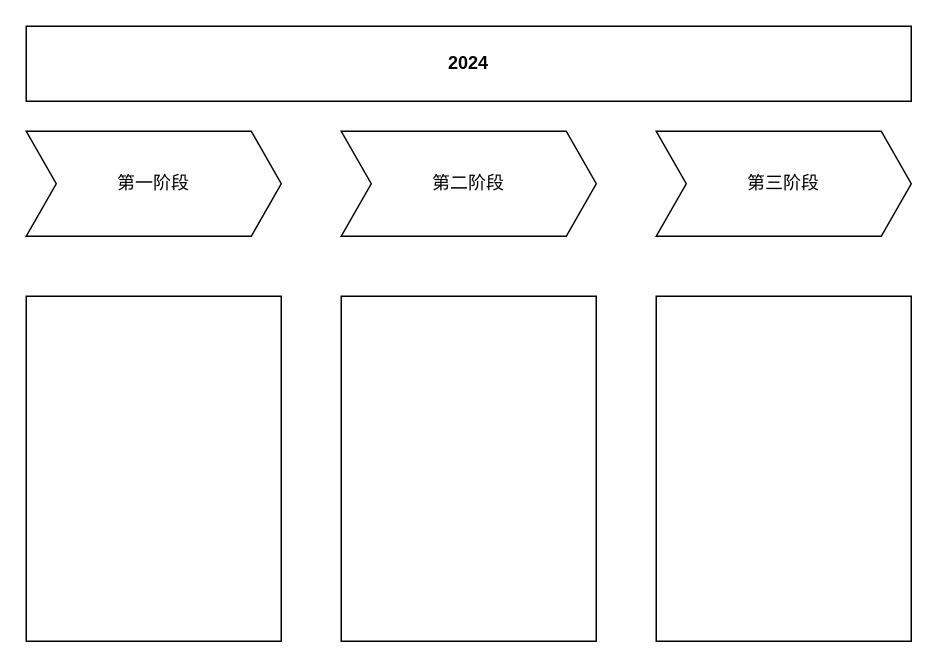
Earlier version of the draw.io diagram 资损防控阶段性计划.drawio (heyrry/hello). Source tidied: cells renumbered, new cells numbered last; positions are measured from the earlier drawing's top-left corner, leaving out a move shared by most shapes. Both pictures are drawn from the tidied source at 150%, with x=0, y=0 at pixel (26, 26).
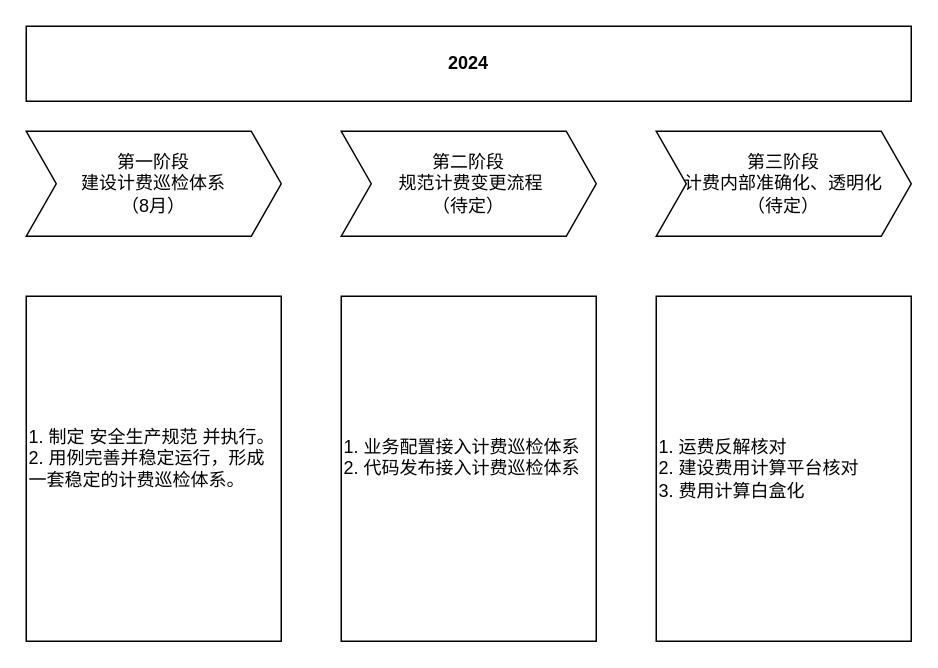
The same page after the edit.

Commit message:
更新资损防控阶段性计划.drawio

The edit, as a diff of the source:
```diff
@@
 <mxGraphModel>
   <root>
     <mxCell id="0" />
     <mxCell id="1" parent="0" />
-    <mxCell id="2" value="第一阶段" style="shape=step;perimeter=stepPerimeter;whiteSpace=wrap;html=1;fixedSize=1;fillColor=none;" parent="1" vertex="1">
+    <mxCell id="2" value="第一阶段&lt;div&gt;建设计费巡检体系&lt;div&gt;（8月）&lt;/div&gt;&lt;/div&gt;" style="shape=step;perimeter=stepPerimeter;whiteSpace=wrap;html=1;fixedSize=1;fillColor=none;" parent="1" vertex="1">
       <mxGeometry y="70" width="170" height="70" as="geometry" />
     </mxCell>
-    <mxCell id="3" value="第二阶段" style="shape=step;perimeter=stepPerimeter;whiteSpace=wrap;html=1;fixedSize=1;fillColor=none;" parent="1" vertex="1">
+    <mxCell id="3" value="第二阶段&lt;div&gt;&amp;nbsp;规范计费变更流程&lt;div&gt;（待定）&lt;/div&gt;&lt;/div&gt;" style="shape=step;perimeter=stepPerimeter;whiteSpace=wrap;html=1;fixedSize=1;fillColor=none;" parent="1" vertex="1">
       <mxGeometry x="210" y="70" width="170" height="70" as="geometry" />
     </mxCell>
-    <mxCell id="4" value="第三阶段" style="shape=step;perimeter=stepPerimeter;whiteSpace=wrap;html=1;fixedSize=1;fillColor=none;" parent="1" vertex="1">
+    <mxCell id="4" value="第三阶段&lt;div&gt;计费内部准确化、透明化&lt;br&gt;&lt;div&gt;（待定）&lt;br&gt;&lt;/div&gt;&lt;/div&gt;" style="shape=step;perimeter=stepPerimeter;whiteSpace=wrap;html=1;fixedSize=1;fillColor=none;" parent="1" vertex="1">
       <mxGeometry x="420" y="70" width="170" height="70" as="geometry" />
     </mxCell>
     <mxCell id="5" value="&lt;b&gt;2024&lt;/b&gt;" style="rounded=0;whiteSpace=wrap;html=1;fillColor=none;" parent="1" vertex="1">
       <mxGeometry width="590" height="50" as="geometry" />
     </mxCell>
-    <mxCell id="6" style="rounded=0;whiteSpace=wrap;html=1;fillColor=none;" parent="1" vertex="1">
+    <mxCell id="6" value="&lt;div&gt;1. 制定&amp;nbsp;&lt;span style=&quot;background-color: initial; font-family: -webkit-standard; caret-color: rgb(0, 0, 0);&quot;&gt;安全生产规范 并执行。&lt;/span&gt;&lt;br&gt;&lt;/div&gt;2. 用例完善并稳定运行，形成一套稳定的计费巡检体系。&lt;div&gt;&lt;br&gt;&lt;/div&gt;" style="rounded=0;whiteSpace=wrap;html=1;fillColor=none;align=left;" parent="1" vertex="1">
       <mxGeometry y="180" width="170" height="230" as="geometry" />
     </mxCell>
-    <mxCell id="7" style="rounded=0;whiteSpace=wrap;html=1;fillColor=none;" parent="1" vertex="1">
+    <mxCell id="7" value="&lt;span style=&quot;&quot;&gt;1. 业务配置接入计费巡检体系&lt;/span&gt;&lt;div&gt;&lt;span style=&quot;&quot;&gt;2. 代码发布接入&lt;/span&gt;&lt;span style=&quot;background-color: initial;&quot;&gt;计费巡检体系&lt;/span&gt;&lt;/div&gt;&lt;div&gt;&lt;br&gt;&lt;/div&gt;" style="rounded=0;whiteSpace=wrap;html=1;fillColor=none;align=left;" parent="1" vertex="1">
       <mxGeometry x="210" y="180" width="170" height="230" as="geometry" />
     </mxCell>
-    <mxCell id="8" style="rounded=0;whiteSpace=wrap;html=1;fillColor=none;" parent="1" vertex="1">
+    <mxCell id="8" value="1.&amp;nbsp;&lt;span style=&quot;background-color: initial;&quot;&gt;运费反解核对&lt;/span&gt;&lt;div&gt;&lt;span style=&quot;background-color: initial;&quot;&gt;2.&amp;nbsp;&lt;/span&gt;&lt;span style=&quot;background-color: initial;&quot;&gt;建设费用计算平台核对&lt;/span&gt;&lt;/div&gt;&lt;div&gt;&lt;span style=&quot;background-color: initial;&quot;&gt;3.&amp;nbsp;&lt;/span&gt;&lt;span style=&quot;background-color: initial;&quot;&gt;&lt;font style=&quot;font-size: 12px;&quot;&gt;费用计算白盒化&lt;/font&gt;&lt;/span&gt;&lt;/div&gt;" style="rounded=0;whiteSpace=wrap;html=1;fillColor=none;align=left;" parent="1" vertex="1">
       <mxGeometry x="420" y="180" width="170" height="230" as="geometry" />
     </mxCell>
   </root>
 </mxGraphModel>
```
